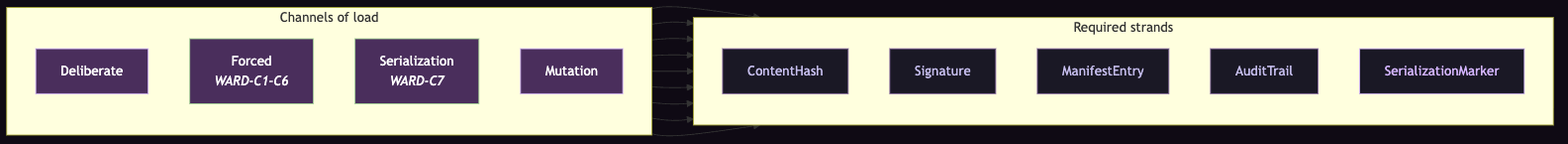
Above: docs/diagrams/channel-strand-matrix.png in OpenCoven/coven-threads (Mermaid), before the change. Its source is kept beside it as docs/diagrams/src/channel-strand-matrix.mmd.
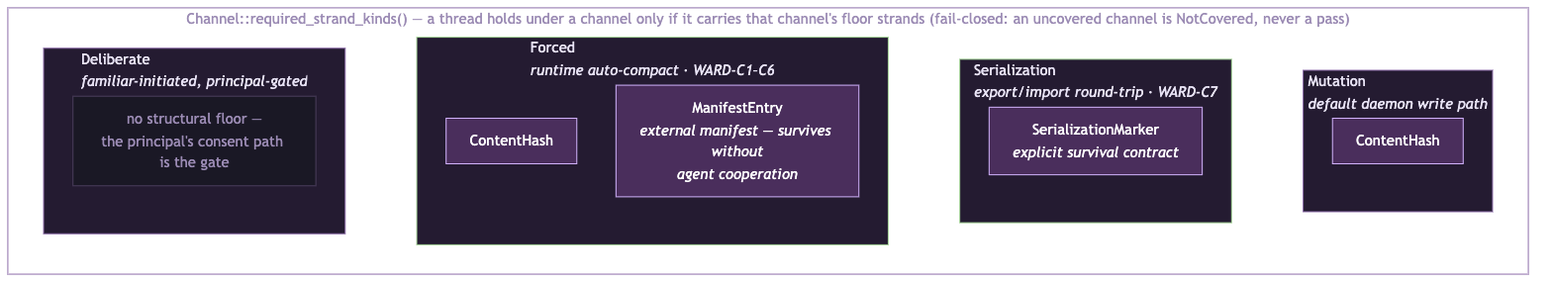
Later version of the same file.

The edit, as a diff of the source:
```diff
@@ -1,37 +1,33 @@
 flowchart LR
-  subgraph Channels["Channels of load"]
-    direction TB
-    C1["Deliberate"]
-    C2["Forced<br/><i>WARD-C1–C6</i>"]
-    C3["Serialization<br/><i>WARD-C7</i>"]
-    C4["Mutation"]
+  subgraph MATRIX["Channel::required_strand_kinds() — a thread holds under a channel only if it carries that channel's floor strands (fail-closed: an uncovered channel is NotCovered, never a pass)"]
+    direction LR
+    subgraph DL["Deliberate<br/><i>familiar-initiated, principal-gated</i>"]
+      D0["no structural floor —<br/>the principal's consent path is the gate"]
+    end
+    subgraph FO["Forced<br/><i>runtime auto-compact · WARD-C1–C6</i>"]
+      direction TB
+      F1["ContentHash"]
+      F2["ManifestEntry<br/><i>external manifest — survives without<br/>agent cooperation</i>"]
+    end
+    subgraph SE["Serialization<br/><i>export/import round-trip · WARD-C7</i>"]
+      S1["SerializationMarker<br/><i>explicit survival contract</i>"]
+    end
+    subgraph MU["Mutation<br/><i>default daemon write path</i>"]
+      M1["ContentHash"]
+    end
+
+    DL ~~~ FO
+    FO ~~~ SE
+    SE ~~~ MU
   end
 
-  subgraph Strands["Required strands"]
-    direction TB
-    R1["ContentHash"]
-    R2["Signature"]
-    R3["ManifestEntry"]
-    R4["AuditTrail"]
-    R5["SerializationMarker"]
-  end
-
-  C1 --> R2
-  C1 --> R4
-  C2 --> R1
-  C2 --> R3
-  C2 --> R4
-  C3 --> R1
-  C3 --> R5
-  C4 --> R2
-  C4 --> R4
-
-  style C1 fill:#4A2E5C,stroke:#D4B5FF,color:#fff
-  style C2 fill:#4A2E5C,stroke:#A8D89A,color:#fff
-  style C3 fill:#4A2E5C,stroke:#A8D89A,color:#fff
-  style C4 fill:#4A2E5C,stroke:#D4B5FF,color:#fff
-  style R1 fill:#1A1825,stroke:#8B6BA8,color:#C5BDED
-  style R2 fill:#1A1825,stroke:#8B6BA8,color:#C5BDED
-  style R3 fill:#1A1825,stroke:#8B6BA8,color:#C5BDED
-  style R4 fill:#1A1825,stroke:#8B6BA8,color:#C5BDED
-  style R5 fill:#1A1825,stroke:#D4B5FF,color:#D4B5FF
+  style MATRIX fill:transparent,stroke:#8B6BA8,color:#9B8BB4
+  style DL fill:#241B31,stroke:#8B6BA8,color:#E8E3F5
+  style FO fill:#241B31,stroke:#A8D89A,color:#E8E3F5
+  style SE fill:#241B31,stroke:#A8D89A,color:#E8E3F5
+  style MU fill:#241B31,stroke:#8B6BA8,color:#E8E3F5
+  style D0 fill:#1A1825,stroke:#4A3D5C,color:#9B8BB4
+  style F1 fill:#4A2E5C,stroke:#D4B5FF,color:#FFFFFF
+  style F2 fill:#4A2E5C,stroke:#D4B5FF,color:#FFFFFF
+  style S1 fill:#4A2E5C,stroke:#D4B5FF,color:#FFFFFF
+  style M1 fill:#4A2E5C,stroke:#D4B5FF,color:#FFFFFF
```
